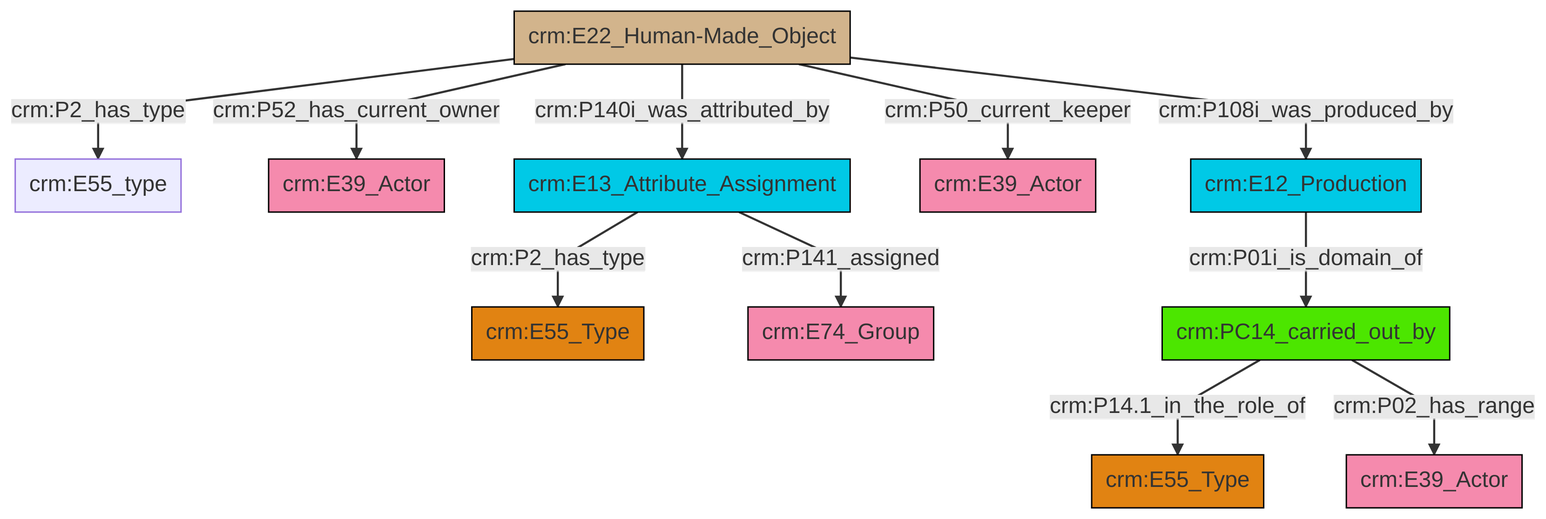
This is et/artworkCSV/ttl/mmd/png/Artwork_Actor_Relations.png from swiss-art-research-net/reference-data-models, a Mermaid export, as it was before one commit. Its source is kept beside it as et/artworkCSV/ttl/mmd/Artwork_Actor_Relations.ttl.mmd.
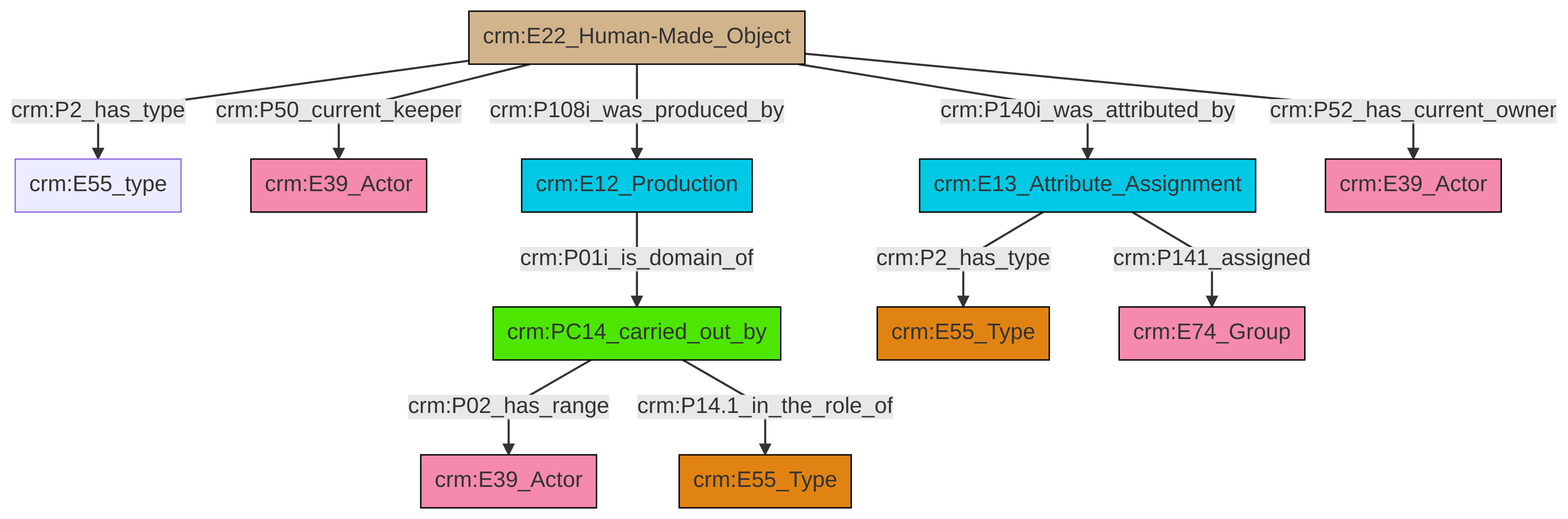
After the change.

Diff of the diagram source:
```diff
@@ -13,13 +13,13 @@
 classDef PC_Classes fill:#4ce600, stroke:#000000;
 classDef Multi fill:#cccccc,stroke:#000000;
 
-7["crm:E22_Human-Made_Object"]:::Physical_Thing -->|crm:P2_has_type| 8["crm:E55_type"]:::Default
-7["crm:E22_Human-Made_Object"]:::Physical_Thing -->|crm:P52_has_current_owner| 2["crm:E39_Actor"]:::Actor
-9["crm:PC14_carried_out_by"]:::PC_Classes -->|crm:P14.1_in_the_role_of| 10["crm:E55_Type"]:::Type
-7["crm:E22_Human-Made_Object"]:::Physical_Thing -->|crm:P140i_was_attributed_by| 11["crm:E13_Attribute_Assignment"]:::Temporal_Entity
-9["crm:PC14_carried_out_by"]:::PC_Classes -->|crm:P02_has_range| 13["crm:E39_Actor"]:::Actor
-11["crm:E13_Attribute_Assignment"]:::Temporal_Entity -->|crm:P2_has_type| 0["crm:E55_Type"]:::Type
-11["crm:E13_Attribute_Assignment"]:::Temporal_Entity -->|crm:P141_assigned| 18["crm:E74_Group"]:::Actor
-7["crm:E22_Human-Made_Object"]:::Physical_Thing -->|crm:P50_current_keeper| 5["crm:E39_Actor"]:::Actor
-7["crm:E22_Human-Made_Object"]:::Physical_Thing -->|crm:P108i_was_produced_by| 19["crm:E12_Production"]:::Temporal_Entity
-19["crm:E12_Production"]:::Temporal_Entity -->|crm:P01i_is_domain_of| 9["crm:PC14_carried_out_by"]:::PC_Classes
+0["crm:PC14_carried_out_by"]:::PC_Classes -->|crm:P02_has_range| 1["crm:E39_Actor"]:::Actor
+0["crm:PC14_carried_out_by"]:::PC_Classes -->|crm:P14.1_in_the_role_of| 2["crm:E55_Type"]:::Type
+3["crm:E22_Human-Made_Object"]:::Physical_Thing -->|crm:P2_has_type| 4["crm:E55_type"]:::Default
+3["crm:E22_Human-Made_Object"]:::Physical_Thing -->|crm:P50_current_keeper| 5["crm:E39_Actor"]:::Actor
+3["crm:E22_Human-Made_Object"]:::Physical_Thing -->|crm:P140i_was_attributed_by| 9["crm:E13_Attribute_Assignment"]:::Temporal_Entity
+9["crm:E13_Attribute_Assignment"]:::Temporal_Entity -->|crm:P141_assigned| 12["crm:E74_Group"]:::Actor
+3["crm:E22_Human-Made_Object"]:::Physical_Thing -->|crm:P108i_was_produced_by| 13["crm:E12_Production"]:::Temporal_Entity
+3["crm:E22_Human-Made_Object"]:::Physical_Thing -->|crm:P52_has_current_owner| 16["crm:E39_Actor"]:::Actor
+9["crm:E13_Attribute_Assignment"]:::Temporal_Entity -->|crm:P2_has_type| 6["crm:E55_Type"]:::Type
+13["crm:E12_Production"]:::Temporal_Entity -->|crm:P01i_is_domain_of| 0["crm:PC14_carried_out_by"]:::PC_Classes
```
